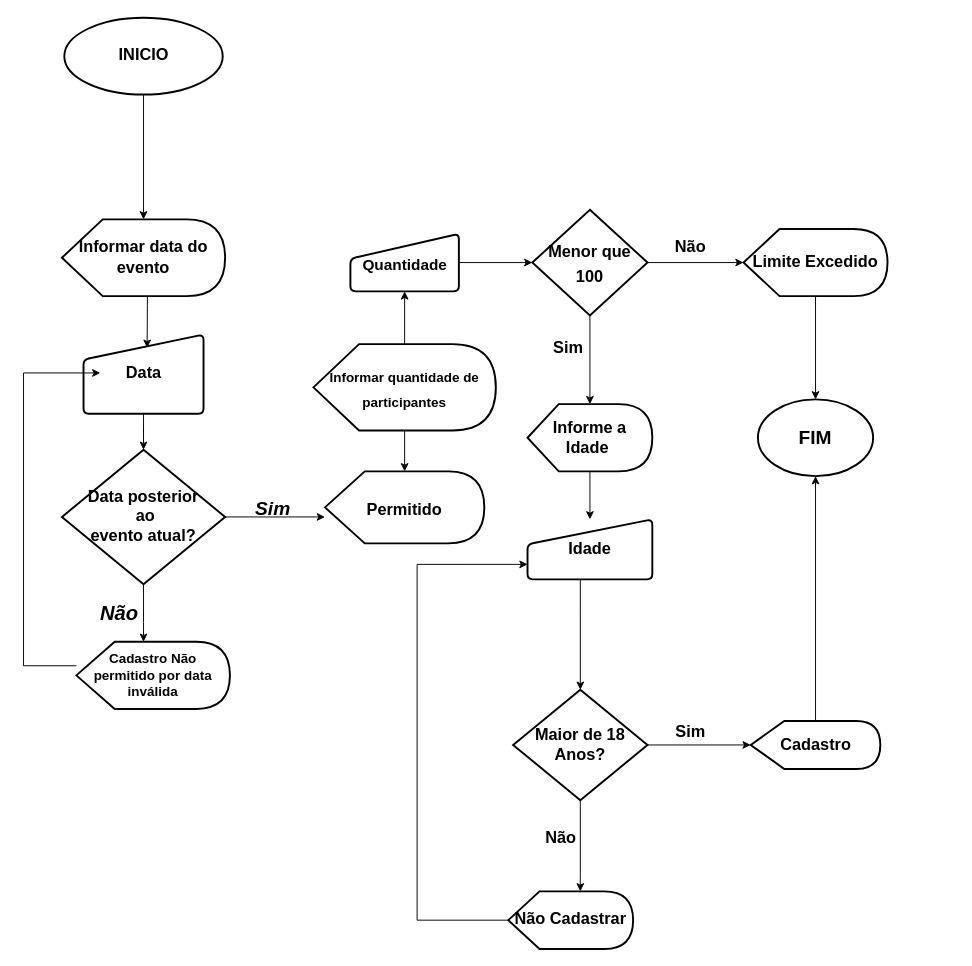
Earlier version of the draw.io diagram Untitled Diagram.drawio (Mayelen28/senai-versoes-colaboracoes). Source tidied: cells renumbered, new cells numbered last; positions are measured from the earlier drawing's top-left corner, leaving out a move shared by most shapes. Both pictures are drawn from the tidied source at 96%, with x=0, y=0 at pixel (23, 17).
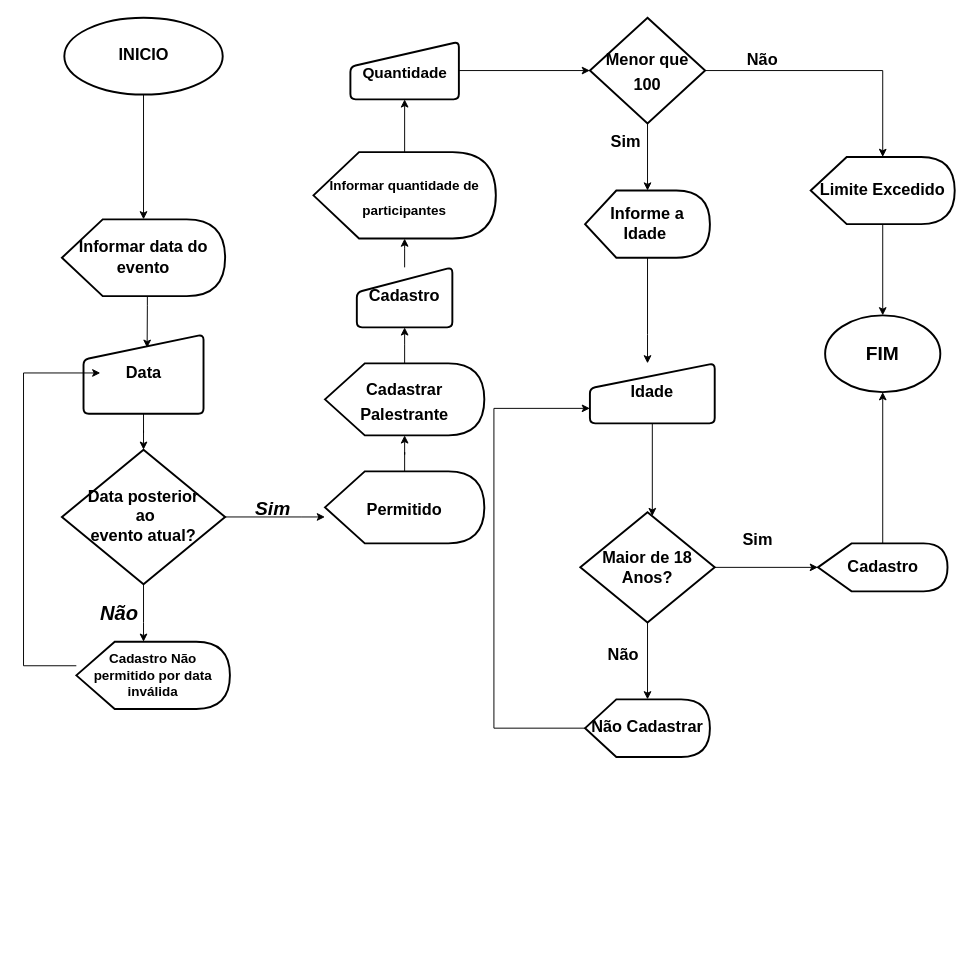
The same diagram, later.

The change refers to these unchanged cells:
```xml
<mxCell id="15" value="&lt;b&gt;&lt;font style=&quot;font-size: 17px&quot;&gt;Permitido&lt;/font&gt;&lt;/b&gt;" style="shape=display;whiteSpace=wrap;html=1;rounded=0;shadow=0;fontSize=21;strokeWidth=2;" parent="1" vertex="1">
  <mxGeometry x="314" y="472.5" width="166" height="75" as="geometry" />
</mxCell>
```

Diff of the diagram source:
```diff
@@
+    <mxCell id="42" style="edgeStyle=orthogonalEdgeStyle;rounded=0;jettySize=auto;html=1;" parent="1" edge="1" source="15" target="44">
+      <mxGeometry relative="1" as="geometry" />
+    </mxCell>
@@
-    <mxCell id="17" style="edgeStyle=orthogonalEdgeStyle;rounded=0;jettySize=auto;html=1;fontSize=21;" parent="1" edge="1" source="18" target="15">
-      <mxGeometry relative="1" as="geometry" />
-    </mxCell>
     <mxCell id="18" value="&lt;font style=&quot;font-size: 14px&quot;&gt;Informar quantidade de participantes&lt;/font&gt;" style="shape=display;whiteSpace=wrap;html=1;rounded=0;shadow=0;fontSize=21;strokeWidth=2;fontStyle=1;" parent="1" vertex="1">
-      <mxGeometry x="302" y="340" width="190" height="90" as="geometry" />
+      <mxGeometry x="302" y="140" width="190" height="90" as="geometry" />
     </mxCell>
@@
     <mxCell id="20" value="&lt;font size=&quot;1&quot;&gt;&lt;b style=&quot;font-size: 16px&quot;&gt;Quantidade&lt;/b&gt;&lt;/font&gt;" style="html=1;strokeWidth=2;shape=manualInput;whiteSpace=wrap;rounded=1;size=26;arcSize=11;shadow=0;fontSize=21;" parent="1" vertex="1">
-      <mxGeometry x="340.5" y="225" width="113" height="60" as="geometry" />
+      <mxGeometry x="340.5" y="25" width="113" height="60" as="geometry" />
     </mxCell>
@@
     <mxCell id="23" value="&lt;font size=&quot;1&quot;&gt;&lt;b style=&quot;font-size: 17px&quot;&gt;Menor que 100&lt;/b&gt;&lt;/font&gt;" style="rhombus;whiteSpace=wrap;html=1;rounded=0;shadow=0;fontSize=21;strokeWidth=2;" parent="1" vertex="1">
-      <mxGeometry x="530" y="200" width="120" height="110" as="geometry" />
+      <mxGeometry x="590" width="120" height="110" as="geometry" />
     </mxCell>
     <mxCell id="24" style="edgeStyle=orthogonalEdgeStyle;rounded=0;jettySize=auto;html=1;fontSize=17;" parent="1" edge="1" source="25" target="32">
-      <mxGeometry relative="1" as="geometry" />
+      <mxGeometry relative="1" as="geometry">
+        <Array as="points">
+          <mxPoint x="650" y="330" />
+          <mxPoint x="650" y="330" />
+        </Array>
+      </mxGeometry>
     </mxCell>
     <mxCell id="25" value="Informe a Idade&amp;nbsp;" style="shape=display;whiteSpace=wrap;html=1;rounded=0;shadow=0;fontSize=17;strokeWidth=2;fontStyle=1;" parent="1" vertex="1">
-      <mxGeometry x="525" y="402.5" width="130" height="70" as="geometry" />
+      <mxGeometry x="585" y="180" width="130" height="70" as="geometry" />
     </mxCell>
@@
     <mxCell id="27" value="&lt;b&gt;Limite Excedido&lt;/b&gt;" style="shape=display;whiteSpace=wrap;html=1;rounded=0;shadow=0;fontSize=17;strokeWidth=2;" parent="1" vertex="1">
-      <mxGeometry x="750" y="220" width="150" height="70" as="geometry" />
+      <mxGeometry x="820" y="145" width="150" height="70" as="geometry" />
     </mxCell>
     <mxCell id="28" value="Sim&amp;nbsp;" style="text;html=1;strokeColor=none;fillColor=none;align=center;verticalAlign=middle;whiteSpace=wrap;rounded=0;shadow=0;fontSize=17;fontStyle=1;" parent="1" vertex="1">
-      <mxGeometry x="540" y="330" width="60" height="30" as="geometry" />
+      <mxGeometry x="600" y="115" width="60" height="30" as="geometry" />
     </mxCell>
     <mxCell id="29" value="&lt;b&gt;Não&lt;/b&gt;" style="text;html=1;strokeColor=none;fillColor=none;align=center;verticalAlign=middle;whiteSpace=wrap;rounded=0;shadow=0;fontSize=17;" parent="1" vertex="1">
-      <mxGeometry x="655" y="220" width="80" height="40" as="geometry" />
+      <mxGeometry x="730" y="25" width="80" height="40" as="geometry" />
     </mxCell>
     <mxCell id="30" value="&lt;b&gt;&lt;font style=&quot;font-size: 20px&quot;&gt;FIM&lt;/font&gt;&lt;/b&gt;" style="ellipse;whiteSpace=wrap;html=1;rounded=0;shadow=0;fontSize=17;strokeWidth=2;" parent="1" vertex="1">
-      <mxGeometry x="765" y="397.5" width="120" height="80" as="geometry" />
+      <mxGeometry x="835" y="310" width="120" height="80" as="geometry" />
     </mxCell>
@@
     <mxCell id="32" value="&lt;b&gt;Idade&lt;/b&gt;" style="html=1;strokeWidth=2;shape=manualInput;whiteSpace=wrap;rounded=1;size=26;arcSize=11;shadow=0;fontSize=17;" parent="1" vertex="1">
-      <mxGeometry x="525" y="522.5" width="130" height="62.5" as="geometry" />
+      <mxGeometry x="590" y="360" width="130" height="62.5" as="geometry" />
     </mxCell>
-    <mxCell id="33" style="edgeStyle=orthogonalEdgeStyle;rounded=0;jettySize=auto;html=1;fontSize=17;exitX=0;exitY=0.5;exitDx=0;exitDy=0;exitPerimeter=0;entryX=0;entryY=0.75;entryDx=0;entryDy=0;" parent="1" edge="1" source="41" target="32">
+    <mxCell id="33" style="edgeStyle=orthogonalEdgeStyle;rounded=0;jettySize=auto;html=1;fontSize=17;entryX=0;entryY=0.75;entryDx=0;entryDy=0;exitX=0;exitY=0.5;exitDx=0;exitDy=0;exitPerimeter=0;" parent="1" edge="1" source="41" target="32">
       <mxGeometry relative="1" as="geometry">
         <Array as="points">
-          <mxPoint x="410" y="940" />
-          <mxPoint x="410" y="569" />
+          <mxPoint x="490" y="740" />
+          <mxPoint x="490" y="407" />
         </Array>
       </mxGeometry>
     </mxCell>
-    <mxCell id="34" style="edgeStyle=orthogonalEdgeStyle;rounded=0;jettySize=auto;html=1;fontSize=17;" parent="1" edge="1" source="35" target="30">
+    <mxCell id="34" style="edgeStyle=orthogonalEdgeStyle;rounded=0;jettySize=auto;html=1;" parent="1" edge="1" source="35" target="30">
       <mxGeometry relative="1" as="geometry" />
     </mxCell>
     <mxCell id="35" value="&lt;b&gt;Cadastro&lt;/b&gt;" style="shape=display;whiteSpace=wrap;html=1;rounded=0;shadow=0;fontSize=17;strokeWidth=2;size=0.25925925925925924;" parent="1" vertex="1">
-      <mxGeometry x="757.5" y="732.5" width="135" height="50" as="geometry" />
+      <mxGeometry x="827.5" y="547.5" width="135" height="50" as="geometry" />
     </mxCell>
@@
-    <mxCell id="37" style="edgeStyle=orthogonalEdgeStyle;rounded=0;jettySize=auto;html=1;fontSize=17;" parent="1" edge="1" source="38" target="41">
-      <mxGeometry relative="1" as="geometry">
-        <Array as="points">
-          <mxPoint x="580" y="890" />
-          <mxPoint x="580" y="890" />
-        </Array>
-      </mxGeometry>
+    <mxCell id="37" style="edgeStyle=orthogonalEdgeStyle;rounded=0;jettySize=auto;html=1;" parent="1" edge="1" source="38" target="41">
+      <mxGeometry relative="1" as="geometry" />
     </mxCell>
     <mxCell id="38" value="&lt;b&gt;Maior de 18 &lt;br&gt;Anos?&lt;/b&gt;" style="rhombus;whiteSpace=wrap;html=1;rounded=0;shadow=0;fontSize=17;strokeWidth=2;" parent="1" vertex="1">
-      <mxGeometry x="510" y="700" width="140" height="115" as="geometry" />
+      <mxGeometry x="580" y="515" width="140" height="115" as="geometry" />
     </mxCell>
     <mxCell id="39" value="&lt;b&gt;Sim&lt;/b&gt;" style="text;html=1;strokeColor=none;fillColor=none;align=center;verticalAlign=middle;whiteSpace=wrap;rounded=0;shadow=0;fontSize=17;" parent="1" vertex="1">
-      <mxGeometry x="640" y="720" width="110" height="50" as="geometry" />
+      <mxGeometry x="710" y="520" width="110" height="50" as="geometry" />
     </mxCell>
     <mxCell id="40" value="&lt;b&gt;Não&lt;/b&gt;" style="text;html=1;strokeColor=none;fillColor=none;align=center;verticalAlign=middle;whiteSpace=wrap;rounded=0;shadow=0;fontSize=17;" parent="1" vertex="1">
-      <mxGeometry x="520" y="840" width="80" height="30" as="geometry" />
+      <mxGeometry x="585" y="650" width="80" height="30" as="geometry" />
     </mxCell>
     <mxCell id="41" value="&lt;b&gt;Não Cadastrar&lt;/b&gt;" style="shape=display;whiteSpace=wrap;html=1;rounded=0;shadow=0;fontSize=17;strokeWidth=2;" parent="1" vertex="1">
-      <mxGeometry x="505" y="910" width="130" height="60" as="geometry" />
+      <mxGeometry x="585" y="710" width="130" height="60" as="geometry" />
     </mxCell>
+    <mxCell id="43" style="edgeStyle=orthogonalEdgeStyle;rounded=0;jettySize=auto;html=1;" parent="1" edge="1" source="44" target="46">
+      <mxGeometry relative="1" as="geometry" />
+    </mxCell>
+    <mxCell id="44" value="&lt;span style=&quot;font-size: 17px&quot;&gt;&lt;b&gt;Cadastrar Palestrante&lt;/b&gt;&lt;/span&gt;" style="shape=display;whiteSpace=wrap;html=1;rounded=0;shadow=0;fontSize=21;strokeWidth=2;" parent="1" vertex="1">
+      <mxGeometry x="314" y="360" width="166" height="75" as="geometry" />
+    </mxCell>
+    <mxCell id="45" style="edgeStyle=orthogonalEdgeStyle;rounded=0;jettySize=auto;html=1;" parent="1" edge="1" source="46" target="18">
+      <mxGeometry relative="1" as="geometry" />
+    </mxCell>
+    <mxCell id="46" value="&lt;b&gt;&lt;font style=&quot;font-size: 17px&quot;&gt;Cadastro&lt;/font&gt;&lt;/b&gt;" style="html=1;strokeWidth=2;shape=manualInput;whiteSpace=wrap;rounded=1;size=26;arcSize=11;" parent="1" vertex="1">
+      <mxGeometry x="347.2" y="260" width="99.5" height="62.5" as="geometry" />
+    </mxCell>
```
